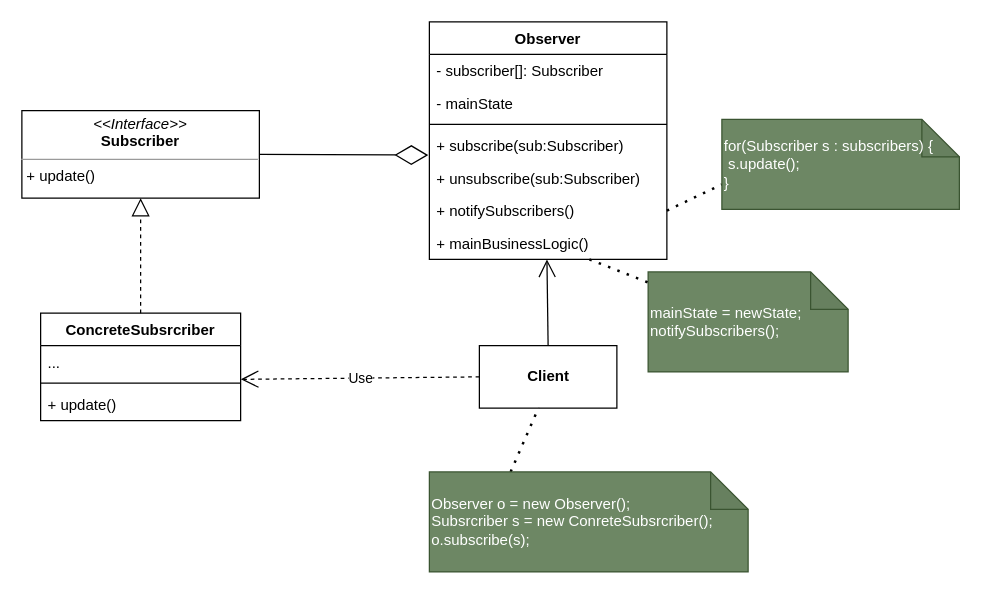
Before: 观察者模式.drawio in HsoulLink/designpattern_pic, a draw.io diagram. Source tidied: cells renumbered, new cells numbered last; positions are measured from the earlier drawing's top-left corner, leaving out a move shared by most shapes. Both pictures are drawn from the tidied source at 125%, with x=0, y=0 at pixel (21, 21).
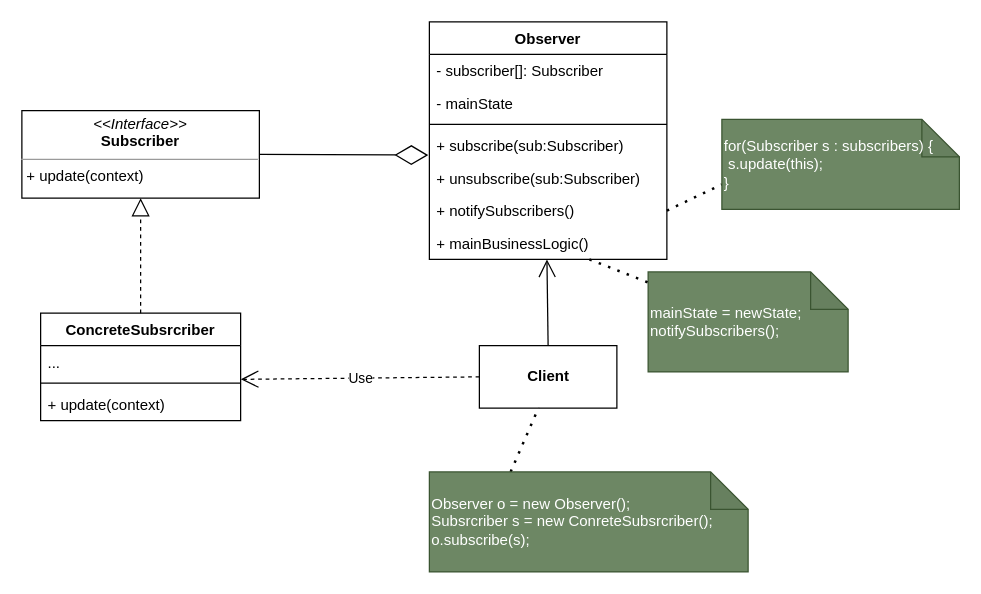
Above is the later version.

Commit message (it also covers changes not shown here):
更新观察者模式.drawio

Unchanged cells that the change refers to:
```xml
<mxCell id="11" value="ConcreteSubsrcriber" style="swimlane;fontStyle=1;align=center;verticalAlign=top;horizontal=1;startSize=26;" parent="1" vertex="1">
  <mxGeometry x="15" y="233" width="160" height="86" as="geometry" />
</mxCell>
```

Diff of the diagram source:
```diff
@@
-    <mxCell id="10" value="&lt;p style=&quot;margin:0px;margin-top:4px;text-align:center;&quot;&gt;&lt;i&gt;&amp;lt;&amp;lt;Interface&amp;gt;&amp;gt;&lt;/i&gt;&lt;br&gt;&lt;b&gt;Subscriber&lt;/b&gt;&lt;/p&gt;&lt;hr size=&quot;1&quot;&gt;&lt;p style=&quot;margin:0px;margin-left:4px;&quot;&gt;+ update()&lt;br&gt;&lt;/p&gt;" style="verticalAlign=top;align=left;overflow=fill;fontSize=12;fontFamily=Helvetica;html=1;" parent="1" vertex="1">
+    <mxCell id="10" value="&lt;p style=&quot;margin:0px;margin-top:4px;text-align:center;&quot;&gt;&lt;i&gt;&amp;lt;&amp;lt;Interface&amp;gt;&amp;gt;&lt;/i&gt;&lt;br&gt;&lt;b&gt;Subscriber&lt;/b&gt;&lt;/p&gt;&lt;hr size=&quot;1&quot;&gt;&lt;p style=&quot;margin:0px;margin-left:4px;&quot;&gt;+ update(context)&lt;br&gt;&lt;/p&gt;" style="verticalAlign=top;align=left;overflow=fill;fontSize=12;fontFamily=Helvetica;html=1;" parent="1" vertex="1">
       <mxGeometry y="71" width="190" height="70" as="geometry" />
     </mxCell>
@@
-    <mxCell id="14" value="+ update()" style="text;strokeColor=none;fillColor=none;align=left;verticalAlign=top;spacingLeft=4;spacingRight=4;overflow=hidden;" parent="11" vertex="1">
+    <mxCell id="14" value="+ update(context)" style="text;strokeColor=none;fillColor=none;align=left;verticalAlign=top;spacingLeft=4;spacingRight=4;overflow=hidden;" parent="11" vertex="1">
       <mxGeometry y="60" width="160" height="26" as="geometry" />
     </mxCell>
@@
-    <mxCell id="21" value="for(Subscriber s : subscribers) {&lt;br&gt;&lt;span style=&quot;white-space: pre;&quot;&gt; &lt;/span&gt;s.update();&lt;br&gt;}" style="shape=note;whiteSpace=wrap;html=1;backgroundOutline=1;darkOpacity=0.05;align=left;fillColor=#6d8764;fontColor=#ffffff;strokeColor=#3A5431;" parent="1" vertex="1">
+    <mxCell id="21" value="for(Subscriber s : subscribers) {&lt;br&gt;&lt;span style=&quot;white-space: pre;&quot;&gt; &lt;/span&gt;s.update(this);&lt;br&gt;}" style="shape=note;whiteSpace=wrap;html=1;backgroundOutline=1;darkOpacity=0.05;align=left;fillColor=#6d8764;fontColor=#ffffff;strokeColor=#3A5431;" parent="1" vertex="1">
       <mxGeometry x="560" y="78" width="190" height="72" as="geometry" />
     </mxCell>
```
